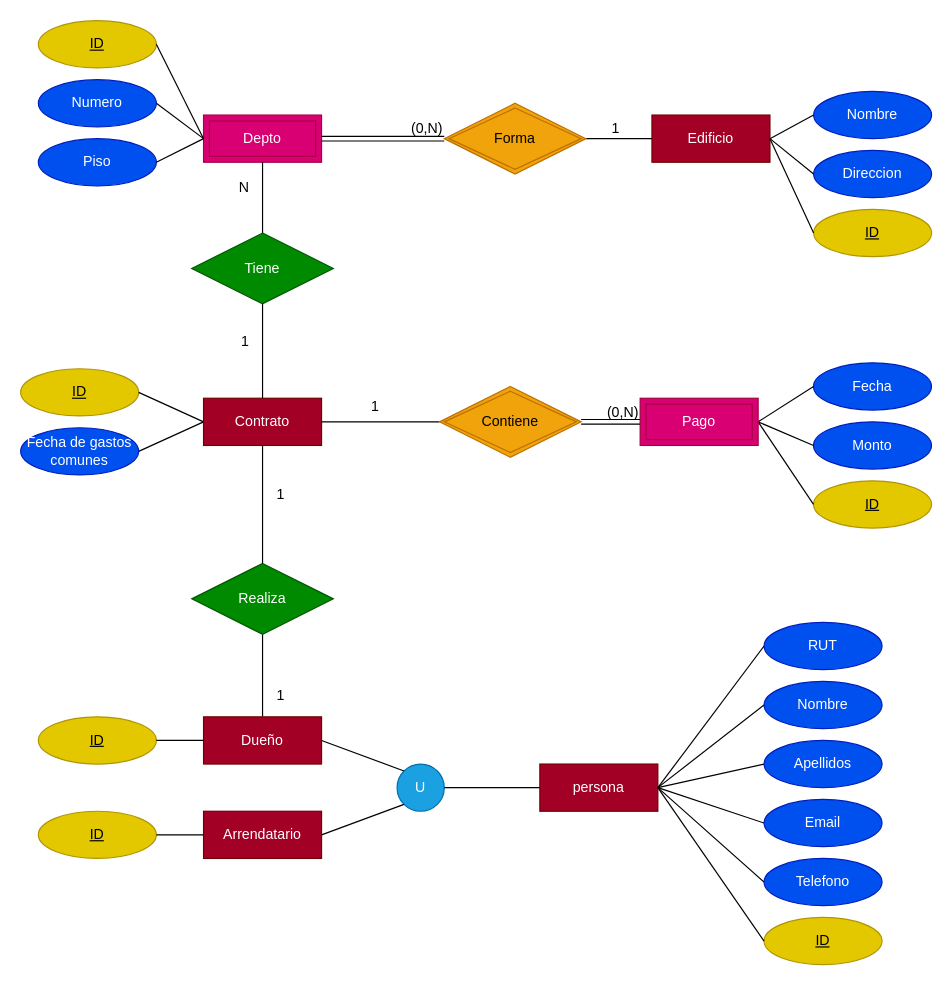
This is Graphs/conserjeriaMR.drawio from MatiassOrellana/NewConsejeria, a draw.io file, before an edit. Source tidied: cells renumbered, new cells numbered last; positions are measured from the earlier drawing's top-left corner, leaving out a move shared by most shapes. Both pictures are drawn from the tidied source at 118%, with x=0, y=0 at pixel (20, 20).
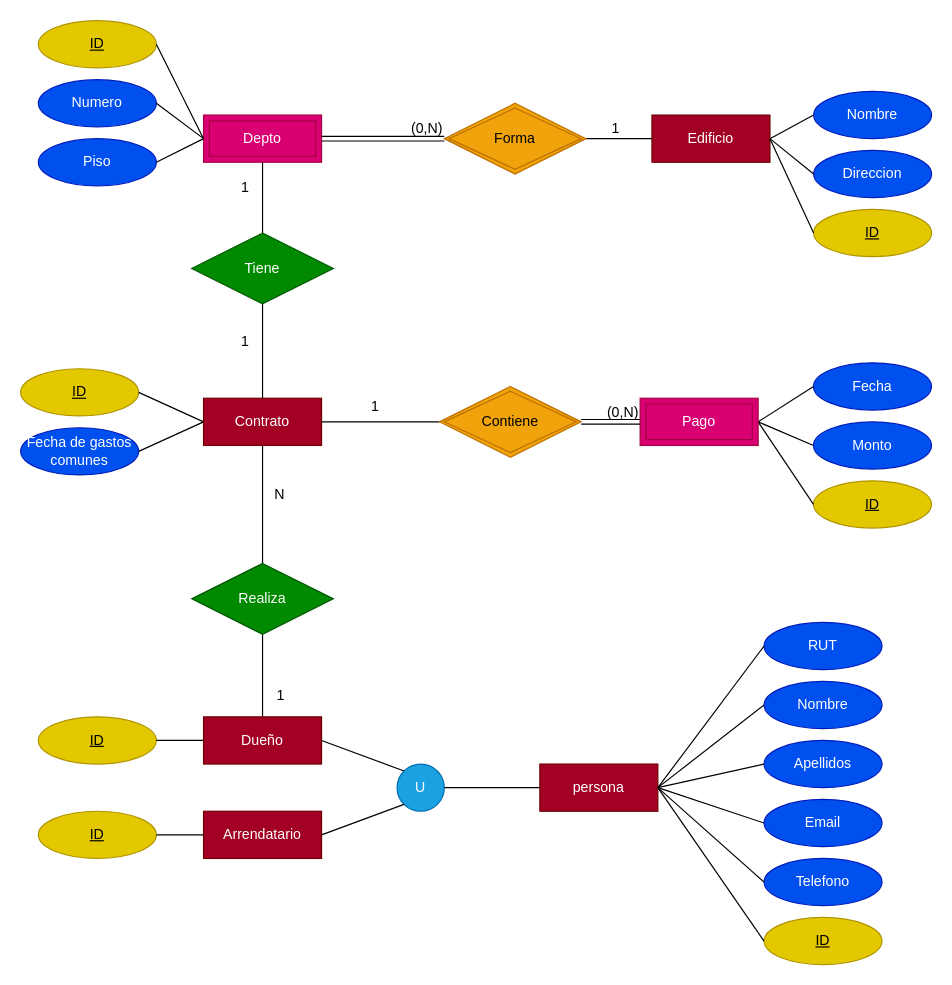
Above is the later version.

The change refers to these unchanged cells:
```xml
<mxCell id="9" style="endArrow=none;html=1;rounded=0;exitX=0.5;exitY=1;exitDx=0;exitDy=0;entryX=0.5;entryY=0;entryDx=0;entryDy=0;" parent="1" edge="1" source="4" target="58">
  <mxGeometry relative="1" as="geometry" />
</mxCell>
<mxCell id="60" style="endArrow=none;html=1;rounded=0;exitX=0.5;exitY=0;exitDx=0;exitDy=0;entryX=0.5;entryY=1;entryDx=0;entryDy=0;" parent="1" edge="1" source="59" target="57">
  <mxGeometry relative="1" as="geometry" />
</mxCell>
```

Change to the diagram source:
```diff
@@
-    <mxCell id="10" value="N" style="html=1;whiteSpace=wrap;align=right;verticalAlign=bottom;" parent="9" vertex="1">
+    <mxCell id="10" value="1" style="html=1;whiteSpace=wrap;align=right;verticalAlign=bottom;" parent="9" vertex="1">
       <mxGeometry x="1" relative="1" as="geometry">
         <mxPoint x="-10" y="-30" as="offset" />
       </mxGeometry>
     </mxCell>
@@
-    <mxCell id="61" value="1" style="html=1;whiteSpace=wrap;align=right;verticalAlign=bottom;" parent="60" vertex="1">
+    <mxCell id="61" value="N" style="html=1;whiteSpace=wrap;align=right;verticalAlign=bottom;" parent="60" vertex="1">
       <mxGeometry x="1" relative="1" as="geometry">
         <mxPoint x="20" y="50" as="offset" />
       </mxGeometry>
     </mxCell>
```
